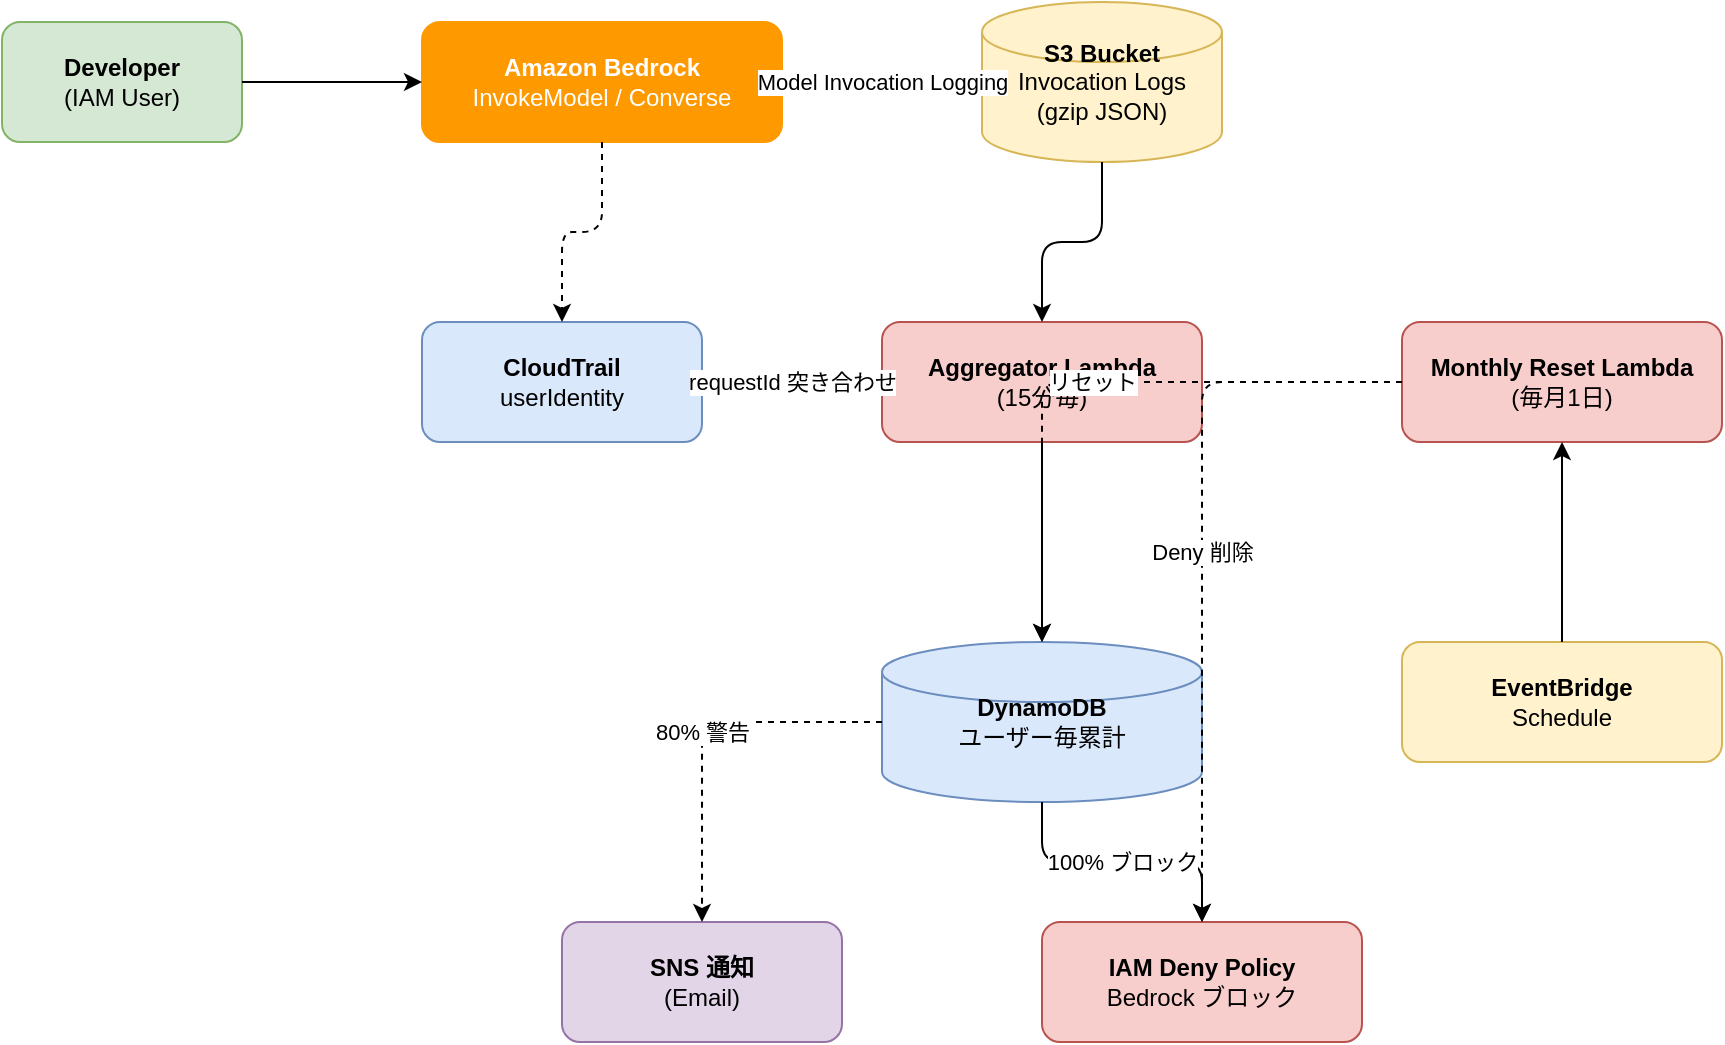
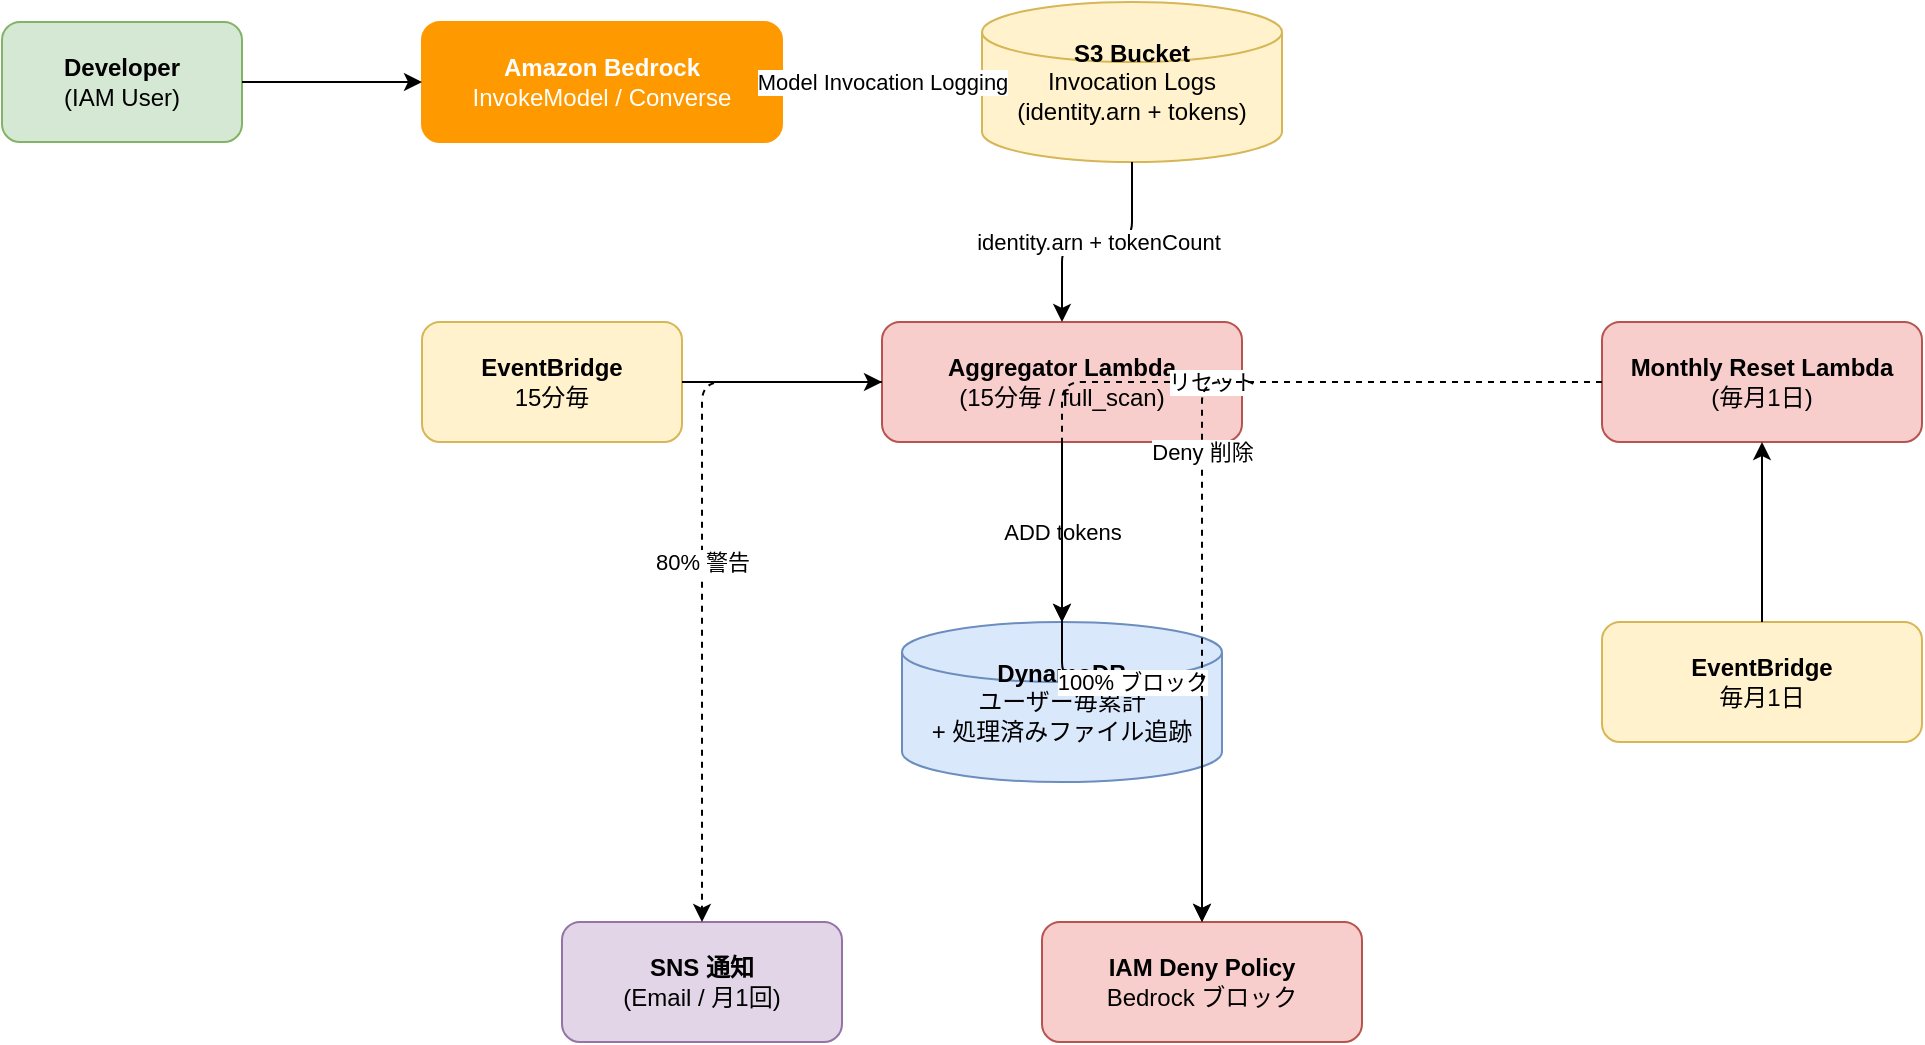
- <mxfile host="app.diagrams.net" agent="draw.io" version="26.0.0">
+ <mxfile host="Electron" agent="Mozilla/5.0" version="26.0.16">
  <diagram name="Architecture" id="arch">
-     <mxGraphModel dx="1200" dy="800" grid="1" gridSize="10" guides="1" tooltips="1" connect="1" arrows="1" fold="1" page="1" pageScale="1" pageWidth="1100" pageHeight="700" math="0" shadow="0">
+     <mxGraphModel dx="826" dy="814" grid="1" gridSize="10" guides="1" tooltips="1" connect="1" arrows="1" fold="1" page="1" pageScale="1" pageWidth="1100" pageHeight="700" math="0" shadow="0">
      <root>
-         <mxCell id="0"/>
-         <mxCell id="1" parent="0"/>
-         <mxCell id="dev" value="&lt;b&gt;Developer&lt;/b&gt;&lt;br&gt;(IAM User)" style="rounded=1;whiteSpace=wrap;html=1;fillColor=#D5E8D4;strokeColor=#82b366;" vertex="1" parent="1">
-           <mxGeometry x="40" y="50" width="120" height="60" as="geometry"/>
+         <mxCell id="0" />
+         <mxCell id="1" parent="0" />
+         <mxCell id="dev" value="&lt;b&gt;Developer&lt;/b&gt;&lt;br&gt;(IAM User)" style="rounded=1;whiteSpace=wrap;html=1;fillColor=#D5E8D4;strokeColor=#82b366;" parent="1" vertex="1">
+           <mxGeometry x="40" y="80" width="120" height="60" as="geometry" />
        </mxCell>
-         <mxCell id="bedrock" value="&lt;b&gt;Amazon Bedrock&lt;/b&gt;&lt;br&gt;InvokeModel / Converse" style="rounded=1;whiteSpace=wrap;html=1;fillColor=#FF9900;fontColor=#ffffff;strokeColor=#FF9900;" vertex="1" parent="1">
-           <mxGeometry x="250" y="50" width="180" height="60" as="geometry"/>
+         <mxCell id="bedrock" value="&lt;b&gt;Amazon Bedrock&lt;/b&gt;&lt;br&gt;InvokeModel / Converse" style="rounded=1;whiteSpace=wrap;html=1;fillColor=#FF9900;fontColor=#ffffff;strokeColor=#FF9900;" parent="1" vertex="1">
+           <mxGeometry x="250" y="80" width="180" height="60" as="geometry" />
        </mxCell>
-         <mxCell id="s3" value="&lt;b&gt;S3 Bucket&lt;/b&gt;&lt;br&gt;Invocation Logs&lt;br&gt;(gzip JSON)" style="shape=cylinder3;whiteSpace=wrap;html=1;fillColor=#FFF2CC;strokeColor=#D6B656;" vertex="1" parent="1">
-           <mxGeometry x="530" y="40" width="120" height="80" as="geometry"/>
+         <mxCell id="s3" value="&lt;b&gt;S3 Bucket&lt;/b&gt;&lt;br&gt;Invocation Logs&lt;br&gt;(identity.arn + tokens)" style="shape=cylinder3;whiteSpace=wrap;html=1;fillColor=#FFF2CC;strokeColor=#D6B656;" parent="1" vertex="1">
+           <mxGeometry x="530" y="70" width="150" height="80" as="geometry" />
        </mxCell>
-         <mxCell id="cloudtrail" value="&lt;b&gt;CloudTrail&lt;/b&gt;&lt;br&gt;userIdentity" style="rounded=1;whiteSpace=wrap;html=1;fillColor=#DAE8FC;strokeColor=#6C8EBF;" vertex="1" parent="1">
-           <mxGeometry x="250" y="200" width="140" height="60" as="geometry"/>
+         <mxCell id="aggregator" value="&lt;b&gt;Aggregator Lambda&lt;/b&gt;&lt;br&gt;(15分毎 / full_scan)" style="rounded=1;whiteSpace=wrap;html=1;fillColor=#F8CECC;strokeColor=#B85450;" parent="1" vertex="1">
+           <mxGeometry x="480" y="230" width="180" height="60" as="geometry" />
        </mxCell>
-         <mxCell id="aggregator" value="&lt;b&gt;Aggregator Lambda&lt;/b&gt;&lt;br&gt;(15分毎)" style="rounded=1;whiteSpace=wrap;html=1;fillColor=#F8CECC;strokeColor=#B85450;" vertex="1" parent="1">
-           <mxGeometry x="480" y="200" width="160" height="60" as="geometry"/>
+         <mxCell id="reset" value="&lt;b&gt;Monthly Reset Lambda&lt;/b&gt;&lt;br&gt;(毎月1日)" style="rounded=1;whiteSpace=wrap;html=1;fillColor=#F8CECC;strokeColor=#B85450;" parent="1" vertex="1">
+           <mxGeometry x="840" y="230" width="160" height="60" as="geometry" />
        </mxCell>
-         <mxCell id="reset" value="&lt;b&gt;Monthly Reset Lambda&lt;/b&gt;&lt;br&gt;(毎月1日)" style="rounded=1;whiteSpace=wrap;html=1;fillColor=#F8CECC;strokeColor=#B85450;" vertex="1" parent="1">
-           <mxGeometry x="740" y="200" width="160" height="60" as="geometry"/>
+         <mxCell id="dynamodb" value="&lt;b&gt;DynamoDB&lt;/b&gt;&lt;br&gt;ユーザー毎累計&lt;br&gt;+ 処理済みファイル追跡" style="shape=cylinder3;whiteSpace=wrap;html=1;fillColor=#DAE8FC;strokeColor=#6C8EBF;" parent="1" vertex="1">
+           <mxGeometry x="490" y="380" width="160" height="80" as="geometry" />
        </mxCell>
-         <mxCell id="dynamodb" value="&lt;b&gt;DynamoDB&lt;/b&gt;&lt;br&gt;ユーザー毎累計" style="shape=cylinder3;whiteSpace=wrap;html=1;fillColor=#DAE8FC;strokeColor=#6C8EBF;" vertex="1" parent="1">
-           <mxGeometry x="480" y="360" width="160" height="80" as="geometry"/>
+         <mxCell id="sns" value="&lt;b&gt;SNS 通知&lt;/b&gt;&lt;br&gt;(Email / 月1回)" style="rounded=1;whiteSpace=wrap;html=1;fillColor=#E1D5E7;strokeColor=#9673A6;" parent="1" vertex="1">
+           <mxGeometry x="320" y="530" width="140" height="60" as="geometry" />
        </mxCell>
-         <mxCell id="sns" value="&lt;b&gt;SNS 通知&lt;/b&gt;&lt;br&gt;(Email)" style="rounded=1;whiteSpace=wrap;html=1;fillColor=#E1D5E7;strokeColor=#9673A6;" vertex="1" parent="1">
-           <mxGeometry x="320" y="500" width="140" height="60" as="geometry"/>
+         <mxCell id="iam_deny" value="&lt;b&gt;IAM Deny Policy&lt;/b&gt;&lt;br&gt;Bedrock ブロック" style="rounded=1;whiteSpace=wrap;html=1;fillColor=#F8CECC;strokeColor=#B85450;" parent="1" vertex="1">
+           <mxGeometry x="560" y="530" width="160" height="60" as="geometry" />
        </mxCell>
-         <mxCell id="iam_deny" value="&lt;b&gt;IAM Deny Policy&lt;/b&gt;&lt;br&gt;Bedrock ブロック" style="rounded=1;whiteSpace=wrap;html=1;fillColor=#F8CECC;strokeColor=#B85450;" vertex="1" parent="1">
-           <mxGeometry x="560" y="500" width="160" height="60" as="geometry"/>
+         <mxCell id="eb_agg" value="&lt;b&gt;EventBridge&lt;/b&gt;&lt;br&gt;15分毎" style="rounded=1;whiteSpace=wrap;html=1;fillColor=#FFF2CC;strokeColor=#D6B656;" parent="1" vertex="1">
+           <mxGeometry x="250" y="230" width="130" height="60" as="geometry" />
        </mxCell>
-         <mxCell id="eventbridge" value="&lt;b&gt;EventBridge&lt;/b&gt;&lt;br&gt;Schedule" style="rounded=1;whiteSpace=wrap;html=1;fillColor=#FFF2CC;strokeColor=#D6B656;" vertex="1" parent="1">
-           <mxGeometry x="740" y="360" width="160" height="60" as="geometry"/>
+         <mxCell id="eb_reset" value="&lt;b&gt;EventBridge&lt;/b&gt;&lt;br&gt;毎月1日" style="rounded=1;whiteSpace=wrap;html=1;fillColor=#FFF2CC;strokeColor=#D6B656;" parent="1" vertex="1">
+           <mxGeometry x="840" y="380" width="160" height="60" as="geometry" />
        </mxCell>
-         <mxCell id="e1" edge="1" parent="1" source="dev" target="bedrock" style="edgeStyle=orthogonalEdgeStyle;rounded=1;html=1;">
-           <mxGeometry relative="1" as="geometry"/>
+         <mxCell id="e1" style="edgeStyle=orthogonalEdgeStyle;rounded=1;html=1;" parent="1" source="dev" target="bedrock" edge="1">
+           <mxGeometry relative="1" as="geometry" />
        </mxCell>
-         <mxCell id="e2" value="Model Invocation Logging" edge="1" parent="1" source="bedrock" target="s3" style="edgeStyle=orthogonalEdgeStyle;rounded=1;html=1;dashed=1;">
-           <mxGeometry relative="1" as="geometry"/>
+         <mxCell id="e2" value="Model Invocation Logging" style="edgeStyle=orthogonalEdgeStyle;rounded=1;html=1;dashed=1;" parent="1" source="bedrock" target="s3" edge="1">
+           <mxGeometry relative="1" as="geometry" />
        </mxCell>
-         <mxCell id="e3" edge="1" parent="1" source="s3" target="aggregator" style="edgeStyle=orthogonalEdgeStyle;rounded=1;html=1;">
-           <mxGeometry relative="1" as="geometry"/>
+         <mxCell id="e3" value="identity.arn + tokenCount" style="edgeStyle=orthogonalEdgeStyle;rounded=1;html=1;" parent="1" source="s3" target="aggregator" edge="1">
+           <mxGeometry relative="1" as="geometry" />
        </mxCell>
-         <mxCell id="e4" value="requestId 突き合わせ" edge="1" parent="1" source="cloudtrail" target="aggregator" style="edgeStyle=orthogonalEdgeStyle;rounded=1;html=1;dashed=1;">
-           <mxGeometry relative="1" as="geometry"/>
+         <mxCell id="e4" style="edgeStyle=orthogonalEdgeStyle;rounded=1;html=1;" parent="1" source="eb_agg" target="aggregator" edge="1">
+           <mxGeometry relative="1" as="geometry" />
        </mxCell>
-         <mxCell id="e5" edge="1" parent="1" source="aggregator" target="dynamodb" style="edgeStyle=orthogonalEdgeStyle;rounded=1;html=1;">
-           <mxGeometry relative="1" as="geometry"/>
+         <mxCell id="e5" value="ADD tokens" style="edgeStyle=orthogonalEdgeStyle;rounded=1;html=1;" parent="1" source="aggregator" target="dynamodb" edge="1">
+           <mxGeometry relative="1" as="geometry" />
        </mxCell>
-         <mxCell id="e6" value="80% 警告" edge="1" parent="1" source="dynamodb" target="sns" style="edgeStyle=orthogonalEdgeStyle;rounded=1;html=1;dashed=1;">
-           <mxGeometry relative="1" as="geometry"/>
+         <mxCell id="e6" value="80% 警告" style="edgeStyle=orthogonalEdgeStyle;rounded=1;html=1;dashed=1;" parent="1" source="aggregator" target="sns" edge="1">
+           <mxGeometry relative="1" as="geometry" />
        </mxCell>
-         <mxCell id="e7" value="100% ブロック" edge="1" parent="1" source="dynamodb" target="iam_deny" style="edgeStyle=orthogonalEdgeStyle;rounded=1;html=1;">
-           <mxGeometry relative="1" as="geometry"/>
+         <mxCell id="e7" value="100% ブロック" style="edgeStyle=orthogonalEdgeStyle;rounded=1;html=1;" parent="1" source="aggregator" target="iam_deny" edge="1">
+           <mxGeometry relative="1" as="geometry" />
        </mxCell>
-         <mxCell id="e8" edge="1" parent="1" source="eventbridge" target="reset" style="edgeStyle=orthogonalEdgeStyle;rounded=1;html=1;">
-           <mxGeometry relative="1" as="geometry"/>
+         <mxCell id="e8" style="edgeStyle=orthogonalEdgeStyle;rounded=1;html=1;" parent="1" source="eb_reset" target="reset" edge="1">
+           <mxGeometry relative="1" as="geometry" />
        </mxCell>
-         <mxCell id="e9" value="リセット" edge="1" parent="1" source="reset" target="dynamodb" style="edgeStyle=orthogonalEdgeStyle;rounded=1;html=1;dashed=1;">
-           <mxGeometry relative="1" as="geometry"/>
+         <mxCell id="e9" value="リセット" style="edgeStyle=orthogonalEdgeStyle;rounded=1;html=1;dashed=1;" parent="1" source="reset" target="dynamodb" edge="1">
+           <mxGeometry relative="1" as="geometry" />
        </mxCell>
-         <mxCell id="e10" value="Deny 削除" edge="1" parent="1" source="reset" target="iam_deny" style="edgeStyle=orthogonalEdgeStyle;rounded=1;html=1;dashed=1;">
-           <mxGeometry relative="1" as="geometry"/>
-         </mxCell>
-         <mxCell id="e11" edge="1" parent="1" source="bedrock" target="cloudtrail" style="edgeStyle=orthogonalEdgeStyle;rounded=1;html=1;dashed=1;">
-           <mxGeometry relative="1" as="geometry"/>
+         <mxCell id="e10" value="Deny 削除" style="edgeStyle=orthogonalEdgeStyle;rounded=1;html=1;dashed=1;" parent="1" source="reset" target="iam_deny" edge="1">
+           <mxGeometry relative="1" as="geometry" />
        </mxCell>
      </root>
    </mxGraphModel>
  </diagram>
</mxfile>
